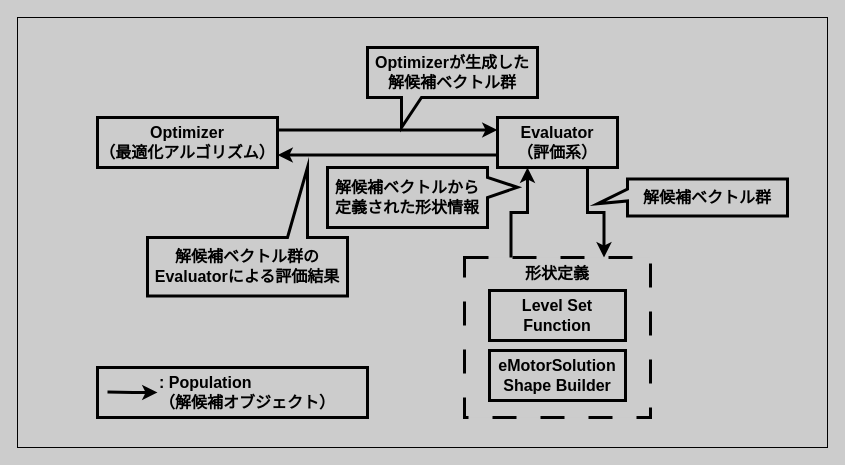
Before: static/img/concepts_overview.drawio in EMSolution-SSIL/EMSOptimizerDoc, a draw.io diagram. Source tidied: cells renumbered, new cells numbered last; positions are measured from the earlier drawing's top-left corner, leaving out a move shared by most shapes. Both pictures are drawn from the tidied source at 100%, with x=0, y=0 at pixel (17, 17).
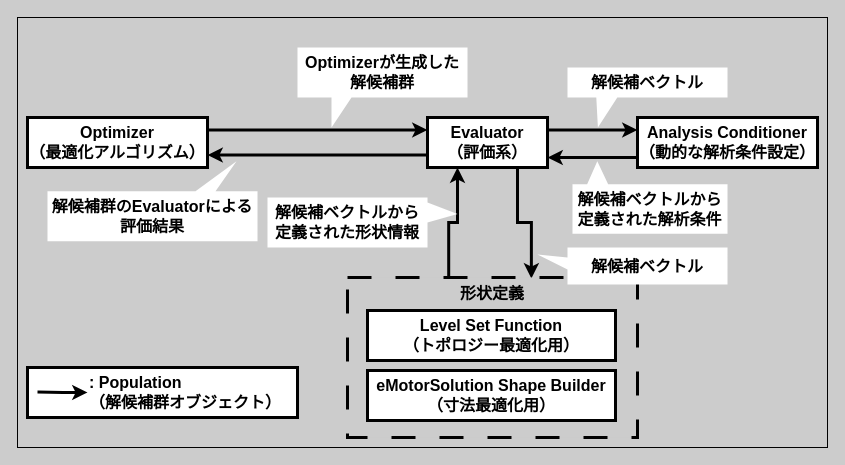
The same page after the edit.

Commit message (it also covers changes not shown here):
updated mainly by adding analysis conditioner to core object

The edit, as a diff of the source:
```diff
@@
-    <mxCell id="3" style="rounded=0;whiteSpace=wrap;html=1;strokeWidth=3;fillColor=#CCCCCC;" parent="1" vertex="1">
-      <mxGeometry x="80" y="350" width="270" height="50" as="geometry" />
+    <mxCell id="3" style="rounded=0;whiteSpace=wrap;html=1;strokeWidth=3;fillColor=#FFFFFF;" parent="1" vertex="1">
+      <mxGeometry x="10" y="350" width="270" height="50" as="geometry" />
     </mxCell>
-    <mxCell id="4" style="edgeStyle=orthogonalEdgeStyle;rounded=0;jettySize=auto;html=1;exitX=0.75;exitY=1;exitDx=0;exitDy=0;entryX=0.75;entryY=0;entryDx=0;entryDy=0;strokeWidth=3;" parent="1" edge="1" source="12" target="5">
+    <mxCell id="4" style="edgeStyle=orthogonalEdgeStyle;rounded=0;jettySize=auto;html=1;exitX=0.75;exitY=1;exitDx=0;exitDy=0;entryX=0.634;entryY=0.006;entryDx=0;entryDy=0;strokeWidth=3;entryPerimeter=0;" parent="1" edge="1" source="12" target="5">
       <mxGeometry relative="1" as="geometry" />
     </mxCell>
     <mxCell id="5" value="&lt;b&gt;&lt;font style=&quot;font-size: 16px;&quot;&gt;形状定義&lt;/font&gt;&lt;/b&gt;" style="rounded=0;whiteSpace=wrap;html=1;strokeWidth=3;dashed=1;dashPattern=8 8;labelPosition=center;verticalLabelPosition=middle;align=center;verticalAlign=top;fillColor=#CCCCCC;" parent="1" vertex="1">
-      <mxGeometry x="447" y="240" width="186" height="160" as="geometry" />
+      <mxGeometry x="330" y="260" width="290" height="160" as="geometry" />
     </mxCell>
@@
-    <mxCell id="7" value="&lt;b&gt;&lt;font style=&quot;font-size: 16px;&quot;&gt;Optimizer&lt;/font&gt;&lt;/b&gt;&lt;div&gt;&lt;b&gt;&lt;font style=&quot;font-size: 16px;&quot;&gt;（最適化アルゴリズム）&lt;/font&gt;&lt;/b&gt;&lt;/div&gt;" style="rounded=0;whiteSpace=wrap;html=1;strokeWidth=3;fillColor=#CCCCCC;" parent="1" vertex="1">
-      <mxGeometry x="80" y="100" width="180" height="50" as="geometry" />
+    <mxCell id="7" value="&lt;b&gt;&lt;font style=&quot;font-size: 16px;&quot;&gt;Optimizer&lt;/font&gt;&lt;/b&gt;&lt;div&gt;&lt;b&gt;&lt;font style=&quot;font-size: 16px;&quot;&gt;（最適化アルゴリズム）&lt;/font&gt;&lt;/b&gt;&lt;/div&gt;" style="rounded=0;whiteSpace=wrap;html=1;strokeWidth=3;fillColor=#FFFFFF;" parent="1" vertex="1">
+      <mxGeometry x="10" y="100" width="180" height="50" as="geometry" />
     </mxCell>
-    <mxCell id="8" value="&lt;b&gt;&lt;font style=&quot;font-size: 16px;&quot;&gt;Level Set Function&lt;/font&gt;&lt;/b&gt;" style="rounded=0;whiteSpace=wrap;html=1;strokeWidth=3;fillColor=#CCCCCC;" parent="1" vertex="1">
-      <mxGeometry x="472" y="273" width="136" height="50" as="geometry" />
+    <mxCell id="8" value="&lt;b&gt;&lt;font style=&quot;font-size: 16px;&quot;&gt;Level Set Function&lt;/font&gt;&lt;/b&gt;&lt;div&gt;&lt;b&gt;&lt;font style=&quot;font-size: 16px;&quot;&gt;（トポロジー最適化用）&lt;/font&gt;&lt;/b&gt;&lt;/div&gt;" style="rounded=0;whiteSpace=wrap;html=1;strokeWidth=3;fillColor=#FFFFFF;" parent="1" vertex="1">
+      <mxGeometry x="350" y="293" width="248" height="50" as="geometry" />
     </mxCell>
-    <mxCell id="9" value="&lt;b&gt;&lt;font style=&quot;font-size: 16px;&quot;&gt;eMotorSolution&lt;/font&gt;&lt;/b&gt;&lt;div&gt;&lt;b&gt;&lt;font style=&quot;font-size: 16px;&quot;&gt;Shape Builder&lt;/font&gt;&lt;/b&gt;&lt;/div&gt;" style="rounded=0;whiteSpace=wrap;html=1;strokeWidth=3;fillColor=#CCCCCC;" parent="1" vertex="1">
-      <mxGeometry x="472" y="333" width="136" height="50" as="geometry" />
+    <mxCell id="9" value="&lt;b&gt;&lt;font style=&quot;font-size: 16px;&quot;&gt;eMotorSolution&amp;nbsp;&lt;/font&gt;&lt;/b&gt;&lt;b style=&quot;background-color: transparent; color: light-dark(rgb(0, 0, 0), rgb(255, 255, 255));&quot;&gt;&lt;font style=&quot;font-size: 16px;&quot;&gt;Shape Builder&lt;/font&gt;&lt;/b&gt;&lt;div&gt;&lt;b style=&quot;background-color: transparent; color: light-dark(rgb(0, 0, 0), rgb(255, 255, 255));&quot;&gt;&lt;font style=&quot;font-size: 16px;&quot;&gt;（寸法最適化用）&lt;/font&gt;&lt;/b&gt;&lt;/div&gt;" style="rounded=0;whiteSpace=wrap;html=1;strokeWidth=3;fillColor=#FFFFFF;" parent="1" vertex="1">
+      <mxGeometry x="350" y="353" width="248" height="50" as="geometry" />
     </mxCell>
@@
-    <mxCell id="11" style="edgeStyle=orthogonalEdgeStyle;rounded=0;jettySize=auto;html=1;exitX=0.25;exitY=0;exitDx=0;exitDy=0;entryX=0.25;entryY=1;entryDx=0;entryDy=0;strokeWidth=3;" parent="1" edge="1" source="5" target="12">
+    <mxCell id="11" style="edgeStyle=orthogonalEdgeStyle;rounded=0;jettySize=auto;html=1;exitX=0.349;exitY=0.002;exitDx=0;exitDy=0;entryX=0.25;entryY=1;entryDx=0;entryDy=0;strokeWidth=3;exitPerimeter=0;" parent="1" edge="1" source="5" target="12">
       <mxGeometry relative="1" as="geometry" />
     </mxCell>
-    <mxCell id="12" value="&lt;b&gt;&lt;font style=&quot;font-size: 16px;&quot;&gt;Evaluator&lt;/font&gt;&lt;/b&gt;&lt;div&gt;&lt;b&gt;&lt;font style=&quot;font-size: 16px;&quot;&gt;（評価系）&lt;/font&gt;&lt;/b&gt;&lt;/div&gt;" style="rounded=0;whiteSpace=wrap;html=1;strokeWidth=3;fillColor=#CCCCCC;" parent="1" vertex="1">
-      <mxGeometry x="480" y="100" width="120" height="50" as="geometry" />
+    <mxCell id="12" value="&lt;b&gt;&lt;font style=&quot;font-size: 16px;&quot;&gt;Evaluator&lt;/font&gt;&lt;/b&gt;&lt;div&gt;&lt;b&gt;&lt;font style=&quot;font-size: 16px;&quot;&gt;（評価系）&lt;/font&gt;&lt;/b&gt;&lt;/div&gt;" style="rounded=0;whiteSpace=wrap;html=1;strokeWidth=3;fillColor=#FFFFFF;" parent="1" vertex="1">
+      <mxGeometry x="410" y="100" width="120" height="50" as="geometry" />
     </mxCell>
-    <mxCell id="13" value="&lt;b&gt;&lt;font style=&quot;font-size: 16px;&quot;&gt;Optimizerが生成した解候補ベクトル群&lt;/font&gt;&lt;/b&gt;" style="shape=callout;whiteSpace=wrap;html=1;perimeter=calloutPerimeter;strokeWidth=3;size=30;position=0.2;position2=0.2;fillColor=#CCCCCC;" parent="1" vertex="1">
-      <mxGeometry x="350" y="30" width="170" height="80" as="geometry" />
+    <mxCell id="13" value="&lt;b&gt;&lt;font style=&quot;font-size: 16px;&quot;&gt;Optimizerが生成した解候補&lt;/font&gt;&lt;/b&gt;&lt;span style=&quot;font-size: 16px; font-weight: 700; text-align: left;&quot;&gt;群&lt;/span&gt;" style="shape=callout;whiteSpace=wrap;html=1;perimeter=calloutPerimeter;strokeWidth=3;size=30;position=0.2;position2=0.2;fillColor=default;strokeColor=none;" parent="1" vertex="1">
+      <mxGeometry x="280" y="30" width="170" height="80" as="geometry" />
     </mxCell>
-    <mxCell id="14" value="&lt;b&gt;&lt;font style=&quot;font-size: 16px;&quot;&gt;解候補ベクトル群のEvaluatorによる評価結果&lt;/font&gt;&lt;/b&gt;" style="shape=callout;whiteSpace=wrap;html=1;perimeter=calloutPerimeter;strokeWidth=3;size=70;position=0.2;position2=0.2;direction=west;fillColor=#CCCCCC;" parent="1" vertex="1">
-      <mxGeometry x="130" y="150" width="200" height="128.5" as="geometry" />
+    <mxCell id="14" value="&lt;b&gt;&lt;font style=&quot;font-size: 16px;&quot;&gt;解候補&lt;/font&gt;&lt;/b&gt;&lt;span style=&quot;font-size: 16px; font-weight: 700; text-align: left;&quot;&gt;群&lt;/span&gt;&lt;b&gt;&lt;font style=&quot;font-size: 16px;&quot;&gt;のEvaluatorによる評価結果&lt;/font&gt;&lt;/b&gt;" style="shape=callout;whiteSpace=wrap;html=1;perimeter=calloutPerimeter;strokeWidth=3;size=30;position=0.2;position2=0.1;direction=west;fillColor=default;strokeColor=none;" parent="1" vertex="1">
+      <mxGeometry x="30" y="143.8" width="210" height="80" as="geometry" />
     </mxCell>
-    <mxCell id="15" value="&lt;span style=&quot;font-size: 16px;&quot;&gt;&lt;b&gt;解候補ベクトル群&lt;/b&gt;&lt;/span&gt;" style="shape=callout;whiteSpace=wrap;html=1;perimeter=calloutPerimeter;strokeWidth=3;size=30;position=0.27;position2=0.67;direction=south;base=12;fillColor=#CCCCCC;" parent="1" vertex="1">
-      <mxGeometry x="580" y="161.5" width="190" height="37" as="geometry" />
+    <mxCell id="15" value="&lt;b style=&quot;font-size: 16px;&quot;&gt;解候補ベクトル&lt;/b&gt;" style="shape=callout;whiteSpace=wrap;html=1;perimeter=calloutPerimeter;strokeWidth=3;size=30;position=0.27;position2=0.19;direction=south;base=12;fillColor=default;strokeColor=none;" parent="1" vertex="1">
+      <mxGeometry x="520" y="230" width="190" height="37" as="geometry" />
     </mxCell>
-    <mxCell id="16" value="&lt;span style=&quot;font-size: 16px;&quot;&gt;&lt;b&gt;解候補ベクトルから定義された形状情報&lt;/b&gt;&lt;/span&gt;" style="shape=callout;whiteSpace=wrap;html=1;perimeter=calloutPerimeter;strokeWidth=3;size=30;position=0.5;position2=0.67;direction=north;base=20;fillColor=#CCCCCC;" parent="1" vertex="1">
-      <mxGeometry x="310" y="150" width="190" height="60" as="geometry" />
+    <mxCell id="16" value="&lt;b style=&quot;font-size: 16px;&quot;&gt;解候補ベクトル&lt;/b&gt;&lt;span style=&quot;font-size: 16px;&quot;&gt;&lt;b&gt;から定義された形状情報&lt;/b&gt;&lt;/span&gt;" style="shape=callout;whiteSpace=wrap;html=1;perimeter=calloutPerimeter;strokeWidth=3;size=30;position=0.5;position2=0.67;direction=north;base=20;fillColor=default;strokeColor=none;" parent="1" vertex="1">
+      <mxGeometry x="250" y="180" width="190" height="50" as="geometry" />
     </mxCell>
     <mxCell id="17" style="edgeStyle=orthogonalEdgeStyle;rounded=0;orthogonalLoop=1;jettySize=auto;html=1;exitX=1;exitY=0.25;exitDx=0;exitDy=0;strokeWidth=3;" parent="1" edge="1">
       <mxGeometry relative="1" as="geometry">
-        <mxPoint x="90" y="374.5" as="sourcePoint" />
-        <mxPoint x="140" y="375" as="targetPoint" />
+        <mxPoint x="20" y="374.5" as="sourcePoint" />
+        <mxPoint x="70" y="375" as="targetPoint" />
       </mxGeometry>
     </mxCell>
-    <mxCell id="18" value=": Population&lt;div&gt;（解候補オブジェクト）&lt;/div&gt;" style="text;html=1;align=left;verticalAlign=middle;whiteSpace=wrap;rounded=0;fontSize=16;fontStyle=1;" parent="1" vertex="1">
-      <mxGeometry x="140" y="360" width="200" height="30" as="geometry" />
+    <mxCell id="18" value=": Population&lt;div&gt;（解候補群オブジェクト）&lt;/div&gt;" style="text;html=1;align=left;verticalAlign=middle;whiteSpace=wrap;rounded=0;fontSize=16;fontStyle=1;" parent="1" vertex="1">
+      <mxGeometry x="70" y="360" width="200" height="30" as="geometry" />
     </mxCell>
+    <mxCell id="19" value="&lt;b&gt;&lt;font style=&quot;font-size: 16px;&quot;&gt;Analysis Conditioner&lt;/font&gt;&lt;/b&gt;&lt;div&gt;&lt;b&gt;&lt;font style=&quot;font-size: 16px;&quot;&gt;（動的な解析条件設定）&lt;/font&gt;&lt;/b&gt;&lt;/div&gt;" style="rounded=0;whiteSpace=wrap;html=1;strokeWidth=3;fillColor=#FFFFFF;" parent="1" vertex="1">
+      <mxGeometry x="620" y="100" width="180" height="50" as="geometry" />
+    </mxCell>
+    <mxCell id="20" style="edgeStyle=orthogonalEdgeStyle;rounded=0;jettySize=auto;html=1;exitX=1;exitY=0.25;exitDx=0;exitDy=0;entryX=0;entryY=0.25;entryDx=0;entryDy=0;strokeWidth=3;" parent="1" edge="1" source="12" target="19">
+      <mxGeometry relative="1" as="geometry" />
+    </mxCell>
+    <mxCell id="21" style="edgeStyle=orthogonalEdgeStyle;rounded=0;orthogonalLoop=1;jettySize=auto;html=1;strokeWidth=3;" parent="1" edge="1">
+      <mxGeometry relative="1" as="geometry">
+        <mxPoint x="620" y="140" as="sourcePoint" />
+        <mxPoint x="530" y="140" as="targetPoint" />
+      </mxGeometry>
+    </mxCell>
+    <mxCell id="22" value="&lt;span style=&quot;font-size: 16px;&quot;&gt;&lt;b&gt;解候補ベクトル&lt;/b&gt;&lt;/span&gt;" style="shape=callout;whiteSpace=wrap;html=1;perimeter=calloutPerimeter;strokeWidth=3;size=30;position=0.18;position2=0.19;direction=east;base=21;fillColor=default;strokeColor=none;" parent="1" vertex="1">
+      <mxGeometry x="550" y="50" width="160" height="60" as="geometry" />
+    </mxCell>
+    <mxCell id="23" value="&lt;b style=&quot;font-size: 16px;&quot;&gt;解候補ベクトル&lt;/b&gt;&lt;span style=&quot;font-size: 16px;&quot;&gt;&lt;b&gt;から定義された解析条件&lt;/b&gt;&lt;/span&gt;" style="shape=callout;whiteSpace=wrap;html=1;perimeter=calloutPerimeter;strokeWidth=3;size=23;position=0.77;position2=0.84;direction=west;base=21;fillColor=default;strokeColor=none;" parent="1" vertex="1">
+      <mxGeometry x="555" y="143.8" width="155" height="72.5" as="geometry" />
+    </mxCell>
```
